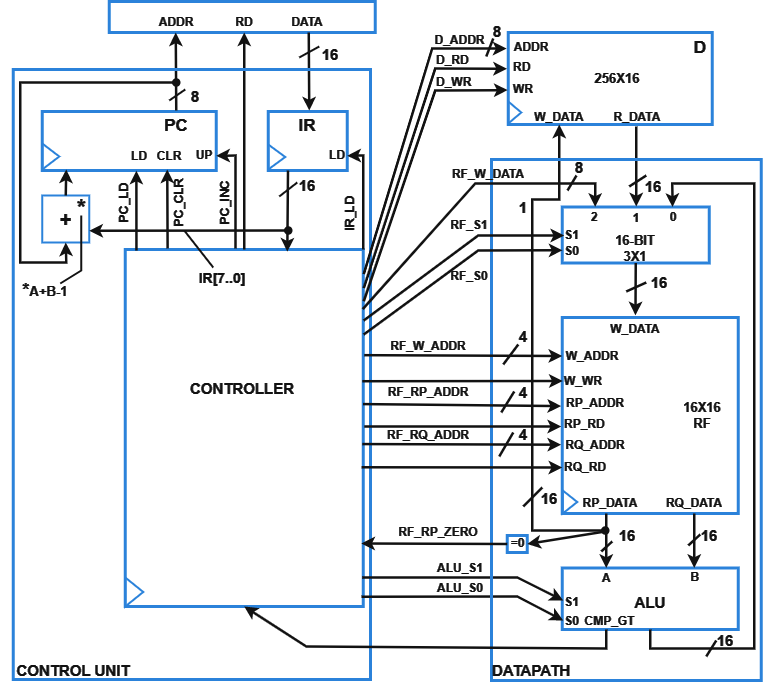
matscats/digital-processor keeps this draw.io diagram as Imgs/RTL.png. Above is the earlier version. Source tidied: cells renumbered, new cells last; positions are measured from the earlier drawing's top-left corner, leaving out a move shared by most shapes.
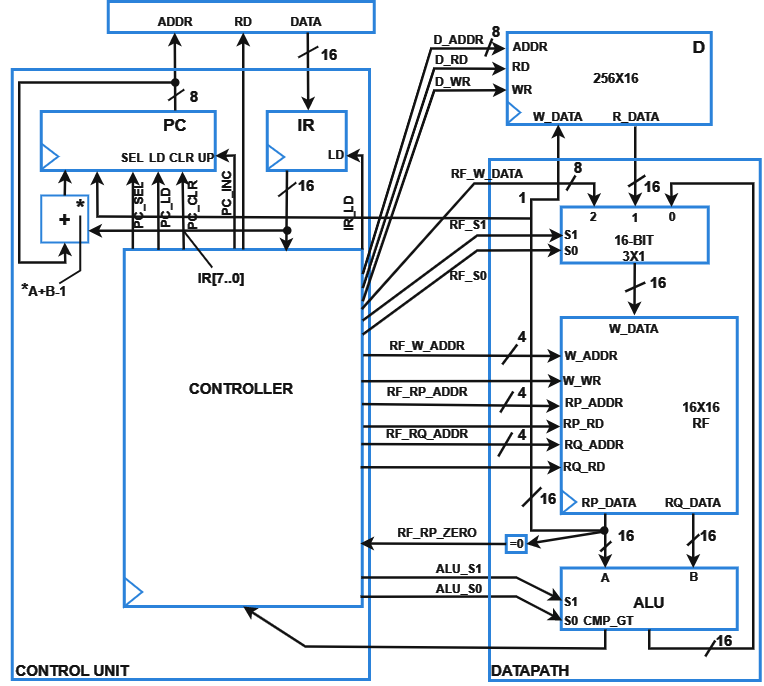
Later version of the same file.

What changed in the source:
```diff
@@ -31,12 +31,12 @@
         </Array>
       </mxGeometry>
     </mxCell>
-    <mxCell id="9" style="endArrow=classic;html=1;rounded=0;entryX=0.541;entryY=1.003;entryDx=0;entryDy=0;strokeWidth=2.5;strokeColor=#FFFFFF;exitX=0.047;exitY=0.003;exitDx=0;exitDy=0;exitPerimeter=0;entryPerimeter=0;" parent="1" edge="1" source="2" target="5">
+    <mxCell id="9" style="endArrow=classic;html=1;rounded=0;entryX=0.672;entryY=1.016;entryDx=0;entryDy=0;strokeWidth=2.5;strokeColor=#FFFFFF;exitX=0.144;exitY=0.001;exitDx=0;exitDy=0;exitPerimeter=0;entryPerimeter=0;" parent="1" edge="1" source="2" target="5">
       <mxGeometry relative="1" as="geometry" />
     </mxCell>
-    <mxCell id="10" style="endArrow=classic;html=1;rounded=0;exitX=0.178;exitY=-0.003;exitDx=0;exitDy=0;exitPerimeter=0;strokeWidth=2.5;strokeColor=#FFFFFF;" parent="1" edge="1" source="2">
+    <mxCell id="10" style="endArrow=classic;html=1;rounded=0;exitX=0.25;exitY=0;exitDx=0;exitDy=0;strokeWidth=2.5;strokeColor=#FFFFFF;" parent="1" edge="1" source="2">
       <mxGeometry relative="1" as="geometry">
-        <mxPoint x="166.8" y="168" as="targetPoint" />
+        <mxPoint x="183" y="170" as="targetPoint" />
       </mxGeometry>
     </mxCell>
     <mxCell id="11" style="endArrow=classic;html=1;rounded=0;entryX=1;entryY=0.75;entryDx=0;entryDy=0;strokeWidth=2.5;strokeColor=#FFFFFF;startArrow=oval;startFill=1;" parent="1" edge="1" target="4">
@@ -108,13 +108,13 @@
       <mxGeometry x="64.8" y="197" width="33" height="19" as="geometry" />
     </mxCell>
     <mxCell id="28" value="&lt;font color=&quot;#ffffff&quot;&gt;&lt;b&gt;UP&lt;/b&gt;&lt;/font&gt;" style="text;html=1;strokeColor=none;fillColor=none;align=center;verticalAlign=middle;whiteSpace=wrap;rounded=0;" parent="1" vertex="1">
-      <mxGeometry x="188.8" y="139" width="30" height="30" as="geometry" />
+      <mxGeometry x="191.8" y="142" width="30" height="30" as="geometry" />
     </mxCell>
     <mxCell id="29" value="&lt;font color=&quot;#ffffff&quot;&gt;&lt;b&gt;CLR&lt;/b&gt;&lt;/font&gt;" style="text;html=1;strokeColor=none;fillColor=none;align=center;verticalAlign=middle;whiteSpace=wrap;rounded=0;" parent="1" vertex="1">
-      <mxGeometry x="154.8" y="140" width="28" height="30" as="geometry" />
+      <mxGeometry x="170" y="145.5" width="25.2" height="22.5" as="geometry" />
     </mxCell>
     <mxCell id="30" value="&lt;font color=&quot;#ffffff&quot;&gt;&lt;b&gt;LD&lt;/b&gt;&lt;/font&gt;" style="text;html=1;strokeColor=none;fillColor=none;align=center;verticalAlign=middle;whiteSpace=wrap;rounded=0;" parent="1" vertex="1">
-      <mxGeometry x="124.8" y="140" width="28" height="30" as="geometry" />
+      <mxGeometry x="145.8" y="146" width="24.2" height="22" as="geometry" />
     </mxCell>
     <mxCell id="31" style="triangle;whiteSpace=wrap;html=1;strokeColor=#3399FF;strokeWidth=2;fillColor=none;" parent="1" vertex="1">
       <mxGeometry x="41.8" y="142" width="17" height="26" as="geometry" />
@@ -123,13 +123,13 @@
       <mxGeometry x="267.8" y="143" width="17" height="25" as="geometry" />
     </mxCell>
     <mxCell id="33" value="&lt;b&gt;&lt;font color=&quot;#ffffff&quot;&gt;PC_LD&lt;/font&gt;&lt;/b&gt;" style="text;html=1;strokeColor=none;fillColor=none;align=center;verticalAlign=middle;whiteSpace=wrap;rounded=0;rotation=-90;" parent="1" vertex="1">
-      <mxGeometry x="99.8" y="186" width="49" height="30" as="geometry" />
+      <mxGeometry x="142.8" y="199" width="49" height="14" as="geometry" />
     </mxCell>
     <mxCell id="34" value="&lt;b&gt;&lt;font color=&quot;#ffffff&quot;&gt;PC_CLR&lt;/font&gt;&lt;/b&gt;" style="text;html=1;strokeColor=none;fillColor=none;align=center;verticalAlign=middle;whiteSpace=wrap;rounded=0;rotation=-90;" parent="1" vertex="1">
-      <mxGeometry x="154.8" y="186" width="49" height="30" as="geometry" />
+      <mxGeometry x="177.4" y="197" width="34.8" height="12.8" as="geometry" />
     </mxCell>
     <mxCell id="35" value="&lt;b&gt;&lt;font color=&quot;#ffffff&quot;&gt;PC_INC&lt;/font&gt;&lt;/b&gt;" style="text;html=1;strokeColor=none;fillColor=none;align=center;verticalAlign=middle;whiteSpace=wrap;rounded=0;rotation=-90;" parent="1" vertex="1">
-      <mxGeometry x="200" y="190.2" width="49" height="21.5" as="geometry" />
+      <mxGeometry x="202.8" y="181" width="49" height="21.5" as="geometry" />
     </mxCell>
     <mxCell id="36" value="&lt;b&gt;&lt;font color=&quot;#ffffff&quot;&gt;IR_LD&lt;/font&gt;&lt;/b&gt;" style="text;html=1;strokeColor=none;fillColor=none;align=center;verticalAlign=middle;whiteSpace=wrap;rounded=0;rotation=-90;" parent="1" vertex="1">
       <mxGeometry x="325.8" y="197" width="49" height="30" as="geometry" />
@@ -385,7 +385,7 @@
       </mxGeometry>
     </mxCell>
     <mxCell id="100" style="rounded=0;whiteSpace=wrap;html=1;strokeWidth=3;strokeColor=#3399FF;fillColor=none;" parent="1" vertex="1">
-      <mxGeometry x="491" y="158" width="269.8" height="521" as="geometry" />
+      <mxGeometry x="490" y="158" width="270.8" height="521" as="geometry" />
     </mxCell>
     <mxCell id="101" style="endArrow=classic;html=1;rounded=0;strokeWidth=2.5;strokeColor=#FFFFFF;exitX=0.993;exitY=0.61;exitDx=0;exitDy=0;exitPerimeter=0;" parent="1" edge="1" source="2">
       <mxGeometry relative="1" as="geometry">
@@ -569,7 +569,7 @@
       <mxGeometry x="711.8" y="624" width="26" height="30" as="geometry" />
     </mxCell>
     <mxCell id="143" value="&lt;font color=&quot;#ffffff&quot;&gt;&lt;span style=&quot;font-size: 15px;&quot;&gt;&lt;b&gt;1&lt;/b&gt;&lt;/span&gt;&lt;/font&gt;" style="text;html=1;strokeColor=none;fillColor=none;align=center;verticalAlign=middle;whiteSpace=wrap;rounded=0;" parent="1" vertex="1">
-      <mxGeometry x="514.8" y="191" width="15.8" height="30" as="geometry" />
+      <mxGeometry x="514.8" y="186.2" width="16.6" height="19.8" as="geometry" />
     </mxCell>
     <mxCell id="144" style="endArrow=none;html=1;rounded=0;strokeWidth=2.5;strokeColor=#FFFFFF;" parent="1" edge="1">
       <mxGeometry relative="1" as="geometry">
@@ -580,5 +580,22 @@
     <mxCell id="145" value="&lt;font color=&quot;#ffffff&quot;&gt;&lt;span style=&quot;font-size: 15px;&quot;&gt;&lt;b&gt;8&lt;/b&gt;&lt;/span&gt;&lt;/font&gt;" style="text;html=1;strokeColor=none;fillColor=none;align=center;verticalAlign=middle;whiteSpace=wrap;rounded=0;" parent="1" vertex="1">
       <mxGeometry x="570.5" y="158" width="16" height="16" as="geometry" />
     </mxCell>
+    <mxCell id="146" style="endArrow=classic;html=1;rounded=0;strokeWidth=2.5;strokeColor=#FFFFFF;entryX=0.321;entryY=1.014;entryDx=0;entryDy=0;entryPerimeter=0;" parent="1" edge="1" target="5">
+      <mxGeometry relative="1" as="geometry">
+        <mxPoint x="532" y="217" as="sourcePoint" />
+        <Array as="points">
+          <mxPoint x="98" y="215" />
+        </Array>
+      </mxGeometry>
+    </mxCell>
+    <mxCell id="147" style="endArrow=classic;html=1;rounded=0;strokeWidth=2.5;strokeColor=#FFFFFF;exitX=0.036;exitY=-0.002;exitDx=0;exitDy=0;exitPerimeter=0;entryX=0.527;entryY=1.019;entryDx=0;entryDy=0;entryPerimeter=0;" parent="1" edge="1" source="2" target="5">
+      <mxGeometry relative="1" as="geometry" />
+    </mxCell>
+    <mxCell id="148" value="&lt;font color=&quot;#ffffff&quot;&gt;&lt;b&gt;SEL&lt;/b&gt;&lt;/font&gt;" style="text;html=1;strokeColor=none;fillColor=none;align=center;verticalAlign=middle;whiteSpace=wrap;rounded=0;" parent="1" vertex="1">
+      <mxGeometry x="121.5" y="147.8" width="24.2" height="18" as="geometry" />
+    </mxCell>
+    <mxCell id="149" value="&lt;font color=&quot;#ffffff&quot;&gt;&lt;b&gt;PC_SEL&lt;/b&gt;&lt;/font&gt;" style="text;html=1;strokeColor=none;fillColor=none;align=center;verticalAlign=middle;whiteSpace=wrap;rounded=0;rotation=-90;" parent="1" vertex="1">
+      <mxGeometry x="115.8" y="196.4" width="49" height="14" as="geometry" />
+    </mxCell>
   </root>
 </mxGraphModel>
```
